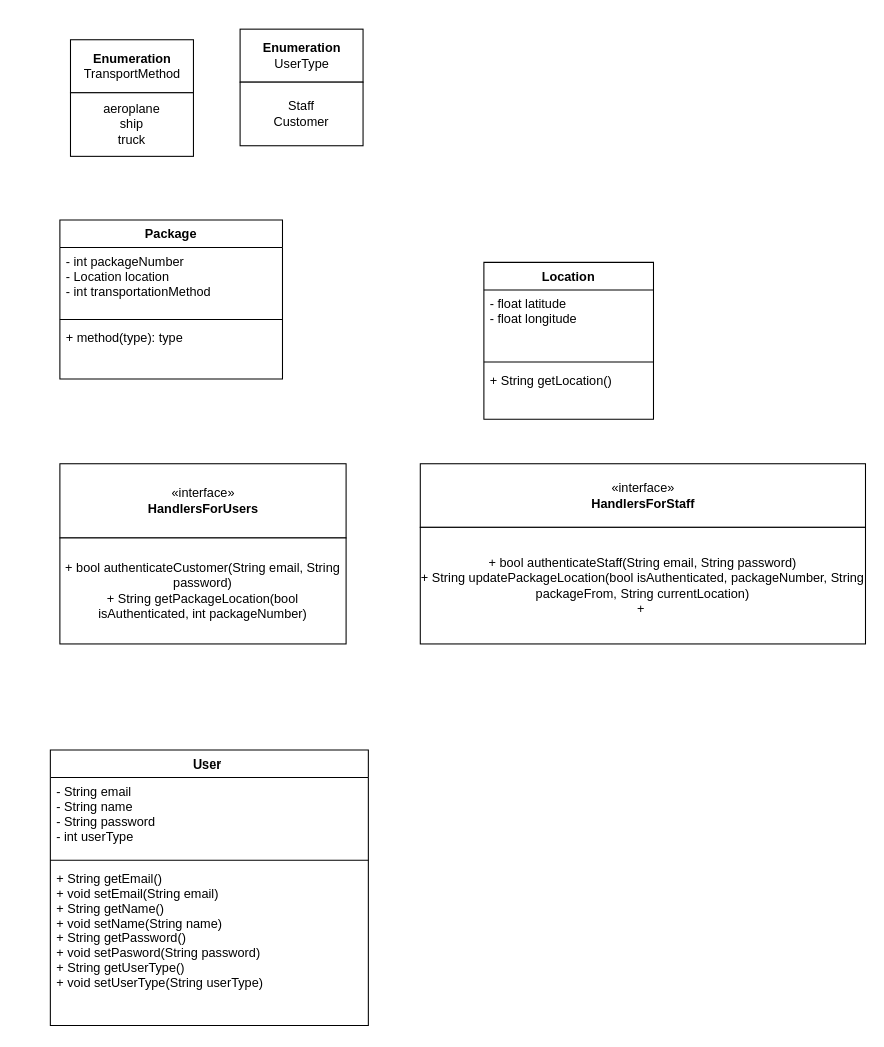
abuwho/S22-Software-Systems-Analysis-and-Design keeps this draw.io diagram as team42.drawio. Above is the earlier version. Source tidied: cells renumbered, new cells numbered last; positions are measured from the earlier drawing's top-left corner, leaving out a move shared by most shapes. Both pictures are drawn from the tidied source at 106%, with x=0, y=0 at pixel (50, 29).
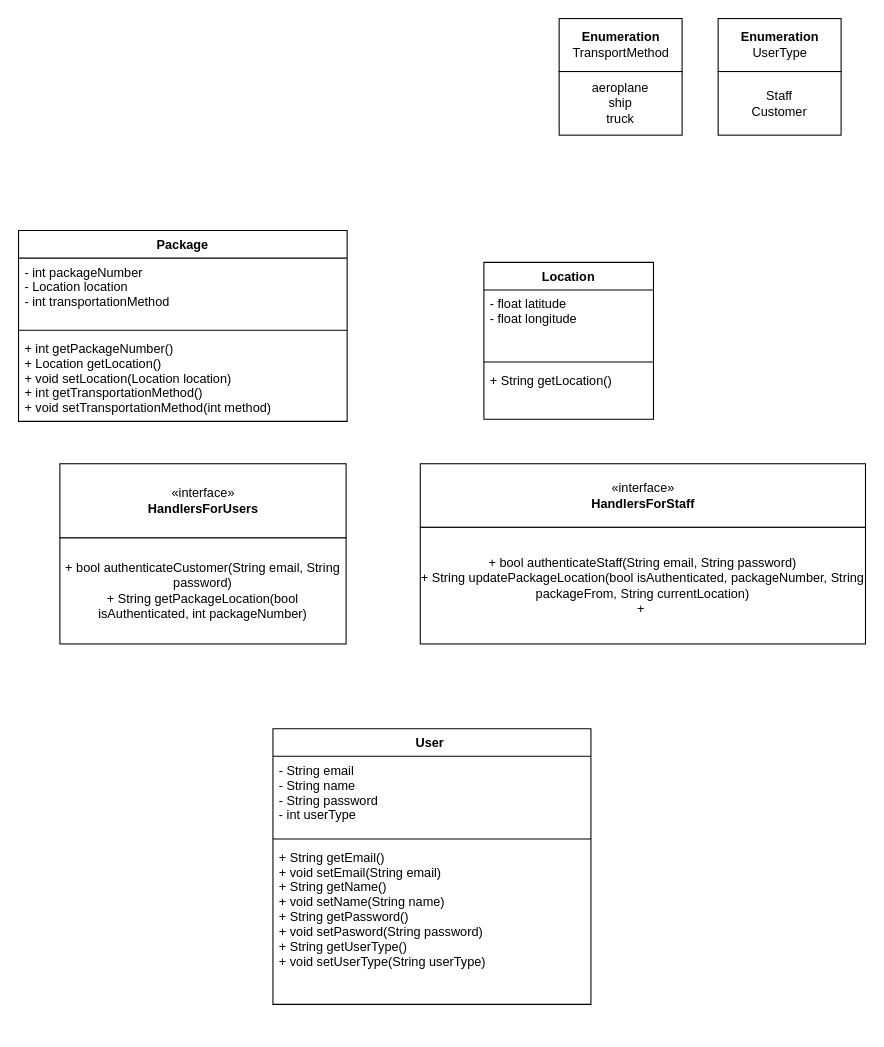
Above is the later version.

Diff of the diagram source:
```diff
@@
     <mxCell id="2" style="group;" parent="1" vertex="1">
-      <mxGeometry x="20" y="220" width="250" height="170" as="geometry" />
+      <mxGeometry x="20" y="220" width="260" height="170" as="geometry" />
     </mxCell>
@@
-    <mxCell id="5" style="group;" parent="1" vertex="1">
-      <mxGeometry x="349" y="410" width="420" height="170" as="geometry" />
-    </mxCell>
-    <mxCell id="6" value="«interface»&lt;br&gt;&lt;b&gt;HandlersForStaff&lt;/b&gt;" style="html=1;" parent="5" vertex="1">
-      <mxGeometry width="420" height="60" as="geometry" />
-    </mxCell>
-    <mxCell id="7" value="+ bool authenticateStaff(String email, String password)&lt;br&gt;+ String updatePackageLocation(bool isAuthenticated, packageNumber, String packageFrom, String currentLocation)&lt;br&gt;+&amp;nbsp;" style="rounded=0;whiteSpace=wrap;html=1;" parent="5" vertex="1">
-      <mxGeometry y="60" width="420" height="110" as="geometry" />
-    </mxCell>
-    <mxCell id="8" value="Package" style="swimlane;fontStyle=1;align=center;verticalAlign=top;horizontal=1;startSize=26;" parent="1" vertex="1">
-      <mxGeometry x="9" y="180" width="210" height="150" as="geometry" />
+    <mxCell id="8" value="Package" style="swimlane;fontStyle=1;align=center;verticalAlign=top;horizontal=1;startSize=26;" parent="2" vertex="1">
+      <mxGeometry x="-50" y="-30" width="310" height="180" as="geometry" />
     </mxCell>
     <mxCell id="9" value="- int packageNumber&#10;- Location location&#10;- int transportationMethod" style="text;strokeColor=none;fillColor=none;align=left;verticalAlign=top;spacingLeft=4;spacingRight=4;overflow=hidden;" parent="8" vertex="1">
-      <mxGeometry y="26" width="210" height="64" as="geometry" />
+      <mxGeometry y="26" width="310" height="64" as="geometry" />
     </mxCell>
     <mxCell id="10" style="line;strokeWidth=1;fillColor=none;align=left;verticalAlign=middle;spacingTop=-1;spacingLeft=3;spacingRight=3;labelPosition=right;" parent="8" vertex="1">
-      <mxGeometry y="90" width="210" height="8" as="geometry" />
+      <mxGeometry y="90" width="310" height="8" as="geometry" />
     </mxCell>
-    <mxCell id="11" value="+ method(type): type" style="text;strokeColor=none;fillColor=none;align=left;verticalAlign=top;spacingLeft=4;spacingRight=4;overflow=hidden;" parent="8" vertex="1">
-      <mxGeometry y="98" width="210" height="52" as="geometry" />
+    <mxCell id="11" value="+ int getPackageNumber()&#10;+ Location getLocation()&#10;+ void setLocation(Location location)&#10;+ int getTransportationMethod()&#10;+ void setTransportationMethod(int method)" style="text;strokeColor=none;fillColor=none;align=left;verticalAlign=top;spacingLeft=4;spacingRight=4;overflow=hidden;" parent="8" vertex="1">
+      <mxGeometry y="98" width="310" height="82" as="geometry" />
     </mxCell>
+    <mxCell id="5" style="group;" parent="1" vertex="1">
+      <mxGeometry x="349" y="410" width="420" height="170" as="geometry" />
+    </mxCell>
+    <mxCell id="6" value="«interface»&lt;br&gt;&lt;b&gt;HandlersForStaff&lt;/b&gt;" style="html=1;" parent="5" vertex="1">
+      <mxGeometry width="420" height="60" as="geometry" />
+    </mxCell>
+    <mxCell id="7" value="+ bool authenticateStaff(String email, String password)&lt;br&gt;+ String updatePackageLocation(bool isAuthenticated, packageNumber, String packageFrom, String currentLocation)&lt;br&gt;+&amp;nbsp;" style="rounded=0;whiteSpace=wrap;html=1;" parent="5" vertex="1">
+      <mxGeometry y="60" width="420" height="110" as="geometry" />
+    </mxCell>
@@
     <mxCell id="16" value="User " style="swimlane;fontStyle=1;align=center;verticalAlign=top;horizontal=1;startSize=26;" parent="1" vertex="1">
-      <mxGeometry y="680" width="300" height="260" as="geometry" />
+      <mxGeometry x="210" y="660" width="300" height="260" as="geometry" />
     </mxCell>
@@
     <mxCell id="20" style="group;" parent="1" vertex="1">
-      <mxGeometry x="19" y="10" width="116" height="110" as="geometry" />
+      <mxGeometry x="480" y="-10" width="116" height="110" as="geometry" />
     </mxCell>
@@
     <mxCell id="23" style="group;" parent="1" vertex="1">
-      <mxGeometry x="179" width="116" height="110" as="geometry" />
+      <mxGeometry x="630" y="-10" width="116" height="110" as="geometry" />
     </mxCell>
```
